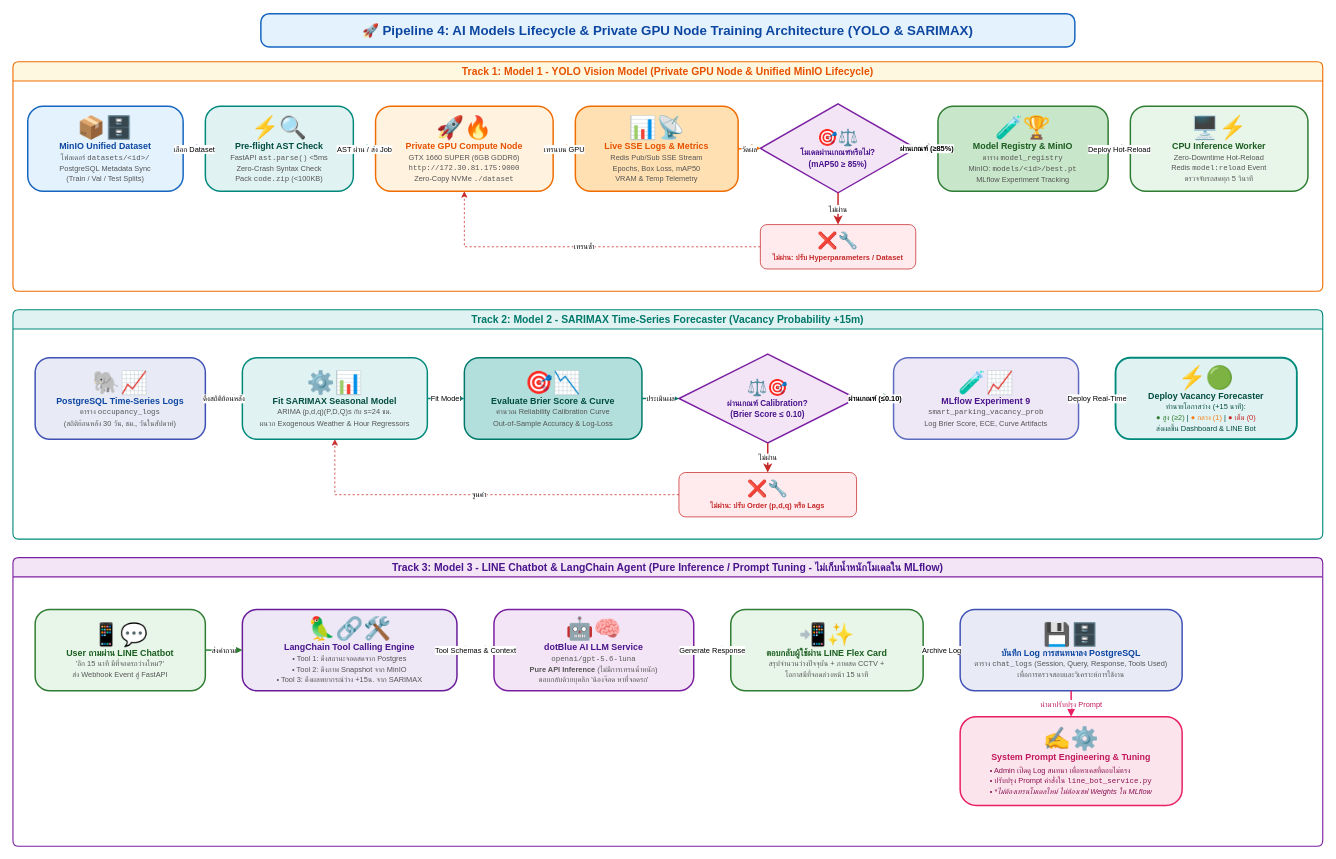
Earlier version of the draw.io diagram page "5. AI Models Training & MLflow Registry" (5 of 7) of diagrams/overviews.drawio (price-of-sungkhanakharin/mini-pro-eco). Source tidied: cells renumbered, new cells numbered last; positions are measured from the earlier drawing's top-left corner, leaving out a move shared by most shapes. Both pictures are drawn from the tidied source at 74%, with x=0, y=0 at pixel (13, 13).
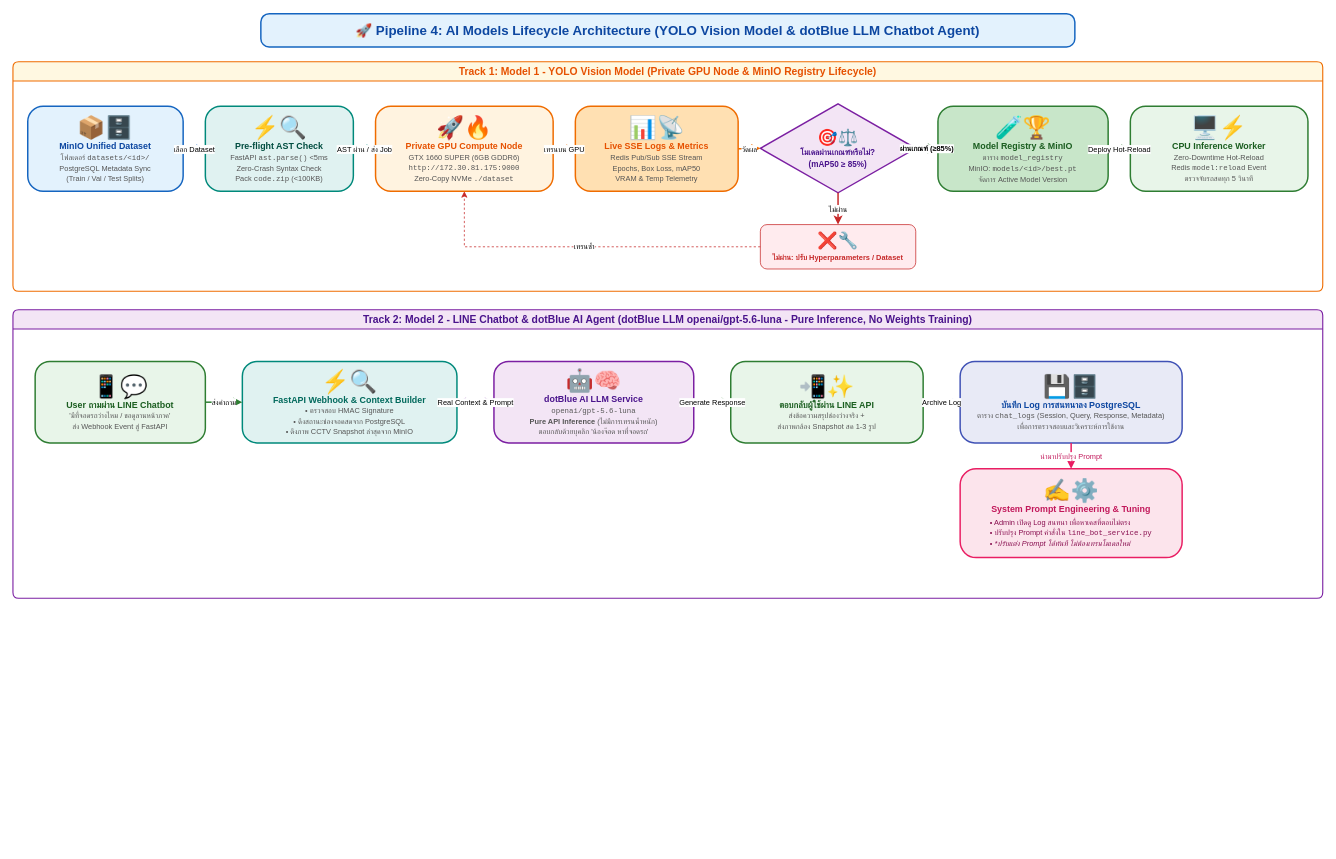
The same page after the edit.

Commit message (it also covers changes not shown here):
docs(diagrams): update overviews.drawio to accurately reflect real architecture (Private GPU node, YOLO, dotBlue AI LLM, Label Studio on-prem)

What changed in the source:
```diff
@@
-    <mxCell id="2" value="&lt;b style='font-size:18px;color:#0D47A1;'&gt;🚀 Pipeline 4: AI Models Lifecycle &amp; Private GPU Node Training Architecture (YOLO &amp; SARIMAX)&lt;/b&gt;" style="rounded=1;whiteSpace=wrap;html=1;fillColor=#E3F2FD;strokeColor=#1565C0;strokeWidth=2;arcSize=25;align=center;" parent="1" vertex="1">
+    <mxCell id="2" value="&lt;b style='font-size:18px;color:#0D47A1;'&gt;🚀 Pipeline 4: AI Models Lifecycle Architecture (YOLO Vision Model &amp; dotBlue LLM Chatbot Agent)&lt;/b&gt;" style="rounded=1;whiteSpace=wrap;html=1;fillColor=#E3F2FD;strokeColor=#1565C0;strokeWidth=2;arcSize=25;align=center;" parent="1" vertex="1">
       <mxGeometry x="335" width="1100" height="45" as="geometry" />
     </mxCell>
-    <mxCell id="3" value="&lt;b style='font-size:14px;color:#E65100;'&gt;Track 1: Model 1 - YOLO Vision Model (Private GPU Node &amp; Unified MinIO Lifecycle)&lt;/b&gt;" style="swimlane;whiteSpace=wrap;html=1;fillColor=#FFF8E1;strokeColor=#EF6C00;strokeWidth=1.5;startSize=26;rounded=1;arcSize=10;" parent="1" vertex="1">
+    <mxCell id="3" value="&lt;b style='font-size:14px;color:#E65100;'&gt;Track 1: Model 1 - YOLO Vision Model (Private GPU Node &amp; MinIO Registry Lifecycle)&lt;/b&gt;" style="swimlane;whiteSpace=wrap;html=1;fillColor=#FFF8E1;strokeColor=#EF6C00;strokeWidth=1.5;startSize=26;rounded=1;arcSize=10;" parent="1" vertex="1">
       <mxGeometry y="65" width="1770" height="310" as="geometry" />
     </mxCell>
@@
-    <mxCell id="10" value="&lt;div style='text-align:center;'&gt;&lt;span style='font-size:30px;'&gt;🧪🏆&lt;/span&gt;&lt;br/&gt;&lt;b style='font-size:12px;color:#1B5E20;'&gt;Model Registry &amp;amp; MinIO&lt;/b&gt;&lt;br/&gt;&lt;span style='font-size:10px;color:#555;'&gt;ตาราง &lt;code&gt;model_registry&lt;/code&gt;&lt;br/&gt;MinIO: &lt;code&gt;models/&amp;lt;id&amp;gt;/best.pt&lt;/code&gt;&lt;br/&gt;MLflow Experiment Tracking&lt;/span&gt;&lt;/div&gt;" style="rounded=1;whiteSpace=wrap;html=1;fillColor=#C8E6C9;strokeColor=#2E7D32;strokeWidth=2;arcSize=18;" parent="1" vertex="1">
+    <mxCell id="10" value="&lt;div style='text-align:center;'&gt;&lt;span style='font-size:30px;'&gt;🧪🏆&lt;/span&gt;&lt;br/&gt;&lt;b style='font-size:12px;color:#1B5E20;'&gt;Model Registry &amp;amp; MinIO&lt;/b&gt;&lt;br/&gt;&lt;span style='font-size:10px;color:#555;'&gt;ตาราง &lt;code&gt;model_registry&lt;/code&gt;&lt;br/&gt;MinIO: &lt;code&gt;models/&amp;lt;id&amp;gt;/best.pt&lt;/code&gt;&lt;br/&gt;จัดการ Active Model Version&lt;/span&gt;&lt;/div&gt;" style="rounded=1;whiteSpace=wrap;html=1;fillColor=#C8E6C9;strokeColor=#2E7D32;strokeWidth=2;arcSize=18;" parent="1" vertex="1">
       <mxGeometry x="1250" y="125" width="230" height="115" as="geometry" />
     </mxCell>
@@
-    <mxCell id="20" value="&lt;b style='font-size:14px;color:#00796B;'&gt;Track 2: Model 2 - SARIMAX Time-Series Forecaster (Vacancy Probability +15m)&lt;/b&gt;" style="swimlane;whiteSpace=wrap;html=1;fillColor=#E0F2F1;strokeColor=#00897B;strokeWidth=1.5;startSize=26;rounded=1;arcSize=10;" parent="1" vertex="1">
-      <mxGeometry y="400" width="1770" height="310" as="geometry" />
+    <mxCell id="20" value="&lt;b style='font-size:14px;color:#4A148C;'&gt;Track 2: Model 2 - LINE Chatbot &amp; dotBlue AI Agent (dotBlue LLM openai/gpt-5.6-luna - Pure Inference, No Weights Training)&lt;/b&gt;" style="swimlane;whiteSpace=wrap;html=1;fillColor=#F3E5F5;strokeColor=#7B1FA2;strokeWidth=1.5;startSize=26;rounded=1;arcSize=10;" parent="1" vertex="1">
+      <mxGeometry y="400" width="1770" height="390" as="geometry" />
     </mxCell>
-    <mxCell id="21" value="&lt;div style='text-align:center;'&gt;&lt;span style='font-size:30px;'&gt;🐘📈&lt;/span&gt;&lt;br/&gt;&lt;b style='font-size:12px;color:#0D47A1;'&gt;PostgreSQL Time-Series Logs&lt;/b&gt;&lt;br/&gt;&lt;span style='font-size:10px;color:#555;'&gt;ตาราง &lt;code&gt;occupancy_logs&lt;/code&gt;&lt;br/&gt;(สถิติย้อนหลัง 30 วัน, ชม., วันในสัปดาห์)&lt;/span&gt;&lt;/div&gt;" style="rounded=1;whiteSpace=wrap;html=1;fillColor=#E8EAF6;strokeColor=#3F51B5;strokeWidth=2;arcSize=18;" parent="1" vertex="1">
-      <mxGeometry x="30" y="465" width="230" height="110" as="geometry" />
-    </mxCell>
-    <mxCell id="22" value="&lt;div style='text-align:center;'&gt;&lt;span style='font-size:30px;'&gt;⚙️📊&lt;/span&gt;&lt;br/&gt;&lt;b style='font-size:12px;color:#004D40;'&gt;Fit SARIMAX Seasonal Model&lt;/b&gt;&lt;br/&gt;&lt;span style='font-size:10px;color:#555;'&gt;ARIMA (p,d,q)(P,D,Q)s กับ s=24 ชม.&lt;br/&gt;ผนวก Exogenous Weather &amp; Hour Regressors&lt;/span&gt;&lt;/div&gt;" style="rounded=1;whiteSpace=wrap;html=1;fillColor=#E0F2F1;strokeColor=#00897B;strokeWidth=2;arcSize=18;" parent="1" vertex="1">
-      <mxGeometry x="310" y="465" width="250" height="110" as="geometry" />
-    </mxCell>
-    <mxCell id="23" value="&lt;div style='text-align:center;'&gt;&lt;span style='font-size:30px;'&gt;🎯📉&lt;/span&gt;&lt;br/&gt;&lt;b style='font-size:12px;color:#004D40;'&gt;Evaluate Brier Score &amp; Curve&lt;/b&gt;&lt;br/&gt;&lt;span style='font-size:10px;color:#555;'&gt;คำนวณ Reliability Calibration Curve&lt;br/&gt;Out-of-Sample Accuracy &amp; Log-Loss&lt;/span&gt;&lt;/div&gt;" style="rounded=1;whiteSpace=wrap;html=1;fillColor=#B2DFDB;strokeColor=#00796B;strokeWidth=2;arcSize=18;" parent="1" vertex="1">
-      <mxGeometry x="610" y="465" width="240" height="110" as="geometry" />
-    </mxCell>
-    <mxCell id="24" value="&lt;div style='text-align:center;'&gt;&lt;span style='font-size:22px;'&gt;⚖️🎯&lt;/span&gt;&lt;br/&gt;&lt;b style='font-size:11px;color:#4A148C;'&gt;ผ่านเกณฑ์ Calibration?&lt;br/&gt;(Brier Score &amp;le; 0.10)&lt;/b&gt;&lt;/div&gt;" style="shape=rhombus;whiteSpace=wrap;html=1;fillColor=#F3E5F5;strokeColor=#7B1FA2;strokeWidth=2;" parent="1" vertex="1">
-      <mxGeometry x="900" y="460" width="240" height="120" as="geometry" />
-    </mxCell>
-    <mxCell id="25" value="&lt;div style='text-align:center;'&gt;&lt;span style='font-size:22px;'&gt;❌🔧&lt;/span&gt;&lt;br/&gt;&lt;b style='font-size:10px;color:#C62828;'&gt;ไม่ผ่าน: ปรับ Order (p,d,q) หรือ Lags&lt;/b&gt;&lt;/div&gt;" style="rounded=1;whiteSpace=wrap;html=1;fillColor=#FFEBEE;strokeColor=#C62828;strokeWidth=1;arcSize=15;" parent="1" vertex="1">
-      <mxGeometry x="900" y="620" width="240" height="60" as="geometry" />
-    </mxCell>
-    <mxCell id="26" value="&lt;div style='text-align:center;'&gt;&lt;span style='font-size:30px;'&gt;🧪📈&lt;/span&gt;&lt;br/&gt;&lt;b style='font-size:12px;color:#4A148C;'&gt;MLflow Experiment 9&lt;/b&gt;&lt;br/&gt;&lt;span style='font-size:10px;color:#555;'&gt;&lt;code&gt;smart_parking_vacancy_prob&lt;/code&gt;&lt;br/&gt;Log Brier Score, ECE, Curve Artifacts&lt;/span&gt;&lt;/div&gt;" style="rounded=1;whiteSpace=wrap;html=1;fillColor=#EDE7F6;strokeColor=#5C6BC0;strokeWidth=2;arcSize=18;" parent="1" vertex="1">
-      <mxGeometry x="1190" y="465" width="250" height="110" as="geometry" />
-    </mxCell>
-    <mxCell id="27" value="&lt;div style='text-align:center;'&gt;&lt;span style='font-size:30px;'&gt;⚡🟢&lt;/span&gt;&lt;br/&gt;&lt;b style='font-size:12px;color:#004D40;'&gt;Deploy Vacancy Forecaster&lt;/b&gt;&lt;br/&gt;&lt;span style='font-size:10px;color:#004D40;line-height:13px;'&gt;ทำนายโอกาสว่าง (+15 นาที):&lt;br/&gt;&lt;span style='color:#2E7D32;'&gt;● สูง (&amp;ge;2)&lt;/span&gt; | &lt;span style='color:#F57F17;'&gt;● กลาง (1)&lt;/span&gt; | &lt;span style='color:#C62828;'&gt;● เต็ม (0)&lt;/span&gt;&lt;br/&gt;ส่งผลขึ้น Dashboard &amp; LINE Bot&lt;/span&gt;&lt;/div&gt;" style="rounded=1;whiteSpace=wrap;html=1;fillColor=#E0F2F1;strokeColor=#00897B;strokeWidth=2.5;arcSize=18;" parent="1" vertex="1">
-      <mxGeometry x="1490" y="465" width="245" height="110" as="geometry" />
-    </mxCell>
-    <mxCell id="28" value="ดึงสถิติย้อนหลัง" style="edgeStyle=orthogonalEdgeStyle;rounded=0;html=1;strokeColor=#3F51B5;strokeWidth=2;endArrow=classic;fontSize=10;labelBackgroundColor=#ffffff;" parent="1" edge="1" source="21" target="22">
-      <mxGeometry relative="1" as="geometry" />
-    </mxCell>
-    <mxCell id="29" value="Fit Model" style="edgeStyle=orthogonalEdgeStyle;rounded=0;html=1;strokeColor=#00897B;strokeWidth=2;endArrow=classic;fontSize=10;labelBackgroundColor=#ffffff;" parent="1" edge="1" source="22" target="23">
-      <mxGeometry relative="1" as="geometry" />
-    </mxCell>
-    <mxCell id="30" value="ประเมินผล" style="edgeStyle=orthogonalEdgeStyle;rounded=0;html=1;strokeColor=#00796B;strokeWidth=2;endArrow=classic;fontSize=10;labelBackgroundColor=#ffffff;" parent="1" edge="1" source="23" target="24">
-      <mxGeometry relative="1" as="geometry" />
-    </mxCell>
-    <mxCell id="31" value="ไม่ผ่าน" style="edgeStyle=orthogonalEdgeStyle;rounded=0;html=1;strokeColor=#C62828;strokeWidth=2;endArrow=classic;fontSize=10;labelBackgroundColor=#ffffff;" parent="1" edge="1" source="24" target="25">
-      <mxGeometry relative="1" as="geometry" />
-    </mxCell>
-    <mxCell id="32" value="จูนค่า" style="edgeStyle=orthogonalEdgeStyle;rounded=0;html=1;strokeColor=#C62828;strokeWidth=1;dashed=1;endArrow=classic;fontSize=10;labelBackgroundColor=#ffffff;" parent="1" edge="1" source="25" target="22">
-      <mxGeometry relative="1" as="geometry">
-        <Array as="points">
-          <mxPoint x="900" y="650" />
-          <mxPoint x="435" y="650" />
-          <mxPoint x="435" y="575" />
-        </Array>
-      </mxGeometry>
-    </mxCell>
-    <mxCell id="33" value="ผ่านเกณฑ์ (&amp;le;0.10)" style="edgeStyle=orthogonalEdgeStyle;rounded=0;html=1;strokeColor=#2E7D32;strokeWidth=2.5;endArrow=classic;fontSize=10;fontStyle=1;labelBackgroundColor=#ffffff;" parent="1" edge="1" source="24" target="26">
-      <mxGeometry relative="1" as="geometry" />
-    </mxCell>
-    <mxCell id="34" value="Deploy Real-Time" style="edgeStyle=orthogonalEdgeStyle;rounded=0;html=1;strokeColor=#00897B;strokeWidth=2;endArrow=classic;fontSize=10;labelBackgroundColor=#ffffff;" parent="1" edge="1" source="26" target="27">
-      <mxGeometry relative="1" as="geometry" />
-    </mxCell>
-    <mxCell id="35" value="&lt;b style='font-size:14px;color:#4A148C;'&gt;Track 3: Model 3 - LINE Chatbot &amp; LangChain Agent (Pure Inference / Prompt Tuning - ไม่เก็บน้ำหนักโมเดลใน MLflow)&lt;/b&gt;" style="swimlane;whiteSpace=wrap;html=1;fillColor=#F3E5F5;strokeColor=#7B1FA2;strokeWidth=1.5;startSize=26;rounded=1;arcSize=10;" parent="1" vertex="1">
-      <mxGeometry y="735" width="1770" height="390" as="geometry" />
-    </mxCell>
-    <mxCell id="36" value="&lt;div style='text-align:center;'&gt;&lt;span style='font-size:30px;'&gt;📱💬&lt;/span&gt;&lt;br/&gt;&lt;b style='font-size:12px;color:#1B5E20;'&gt;User ถามผ่าน LINE Chatbot&lt;/b&gt;&lt;br/&gt;&lt;span style='font-size:10px;color:#555;'&gt;'อีก 15 นาที มีที่จอดรถว่างไหม?'&lt;br/&gt;ส่ง Webhook Event สู่ FastAPI&lt;/span&gt;&lt;/div&gt;" style="rounded=1;whiteSpace=wrap;html=1;fillColor=#E8F5E9;strokeColor=#2E7D32;strokeWidth=2;arcSize=18;" parent="1" vertex="1">
-      <mxGeometry x="30" y="805" width="230" height="110" as="geometry" />
+    <mxCell id="36" value="&lt;div style='text-align:center;'&gt;&lt;span style='font-size:30px;'&gt;📱💬&lt;/span&gt;&lt;br/&gt;&lt;b style='font-size:12px;color:#1B5E20;'&gt;User ถามผ่าน LINE Chatbot&lt;/b&gt;&lt;br/&gt;&lt;span style='font-size:10px;color:#555;'&gt;'มีที่จอดรถว่างไหม / ขอดูลานหน้าภาค'&lt;br/&gt;ส่ง Webhook Event สู่ FastAPI&lt;/span&gt;&lt;/div&gt;" style="rounded=1;whiteSpace=wrap;html=1;fillColor=#E8F5E9;strokeColor=#2E7D32;strokeWidth=2;arcSize=18;" parent="1" vertex="1">
+      <mxGeometry x="30" y="470" width="230" height="110" as="geometry" />
     </mxCell>
-    <mxCell id="37" value="&lt;div style='text-align:center;'&gt;&lt;span style='font-size:30px;'&gt;🦜🔗🛠️&lt;/span&gt;&lt;br/&gt;&lt;b style='font-size:12px;color:#4A148C;'&gt;LangChain Tool Calling Engine&lt;/b&gt;&lt;br/&gt;&lt;span style='font-size:10px;color:#555;'&gt;• Tool 1: ดึงสถานะจอดสดจาก Postgres&lt;br/&gt;• Tool 2: ดึงภาพ Snapshot จาก MinIO&lt;br/&gt;• Tool 3: ดึงผลพยากรณ์ว่าง +15น. จาก SARIMAX&lt;/span&gt;&lt;/div&gt;" style="rounded=1;whiteSpace=wrap;html=1;fillColor=#EDE7F6;strokeColor=#6A1B9A;strokeWidth=2;arcSize=18;" parent="1" vertex="1">
-      <mxGeometry x="310" y="805" width="290" height="110" as="geometry" />
+    <mxCell id="37" value="&lt;div style='text-align:center;'&gt;&lt;span style='font-size:30px;'&gt;⚡🔍&lt;/span&gt;&lt;br/&gt;&lt;b style='font-size:12px;color:#00695C;'&gt;FastAPI Webhook &amp; Context Builder&lt;/b&gt;&lt;br/&gt;&lt;span style='font-size:10px;color:#555;'&gt;• ตรวจสอบ HMAC Signature&lt;br/&gt;• ดึงสถานะช่องจอดสดจาก PostgreSQL&lt;br/&gt;• ดึงภาพ CCTV Snapshot ล่าสุดจาก MinIO&lt;/span&gt;&lt;/div&gt;" style="rounded=1;whiteSpace=wrap;html=1;fillColor=#E0F2F1;strokeColor=#00897B;strokeWidth=2;arcSize=18;" parent="1" vertex="1">
+      <mxGeometry x="310" y="470" width="290" height="110" as="geometry" />
     </mxCell>
     <mxCell id="38" value="&lt;div style='text-align:center;'&gt;&lt;span style='font-size:30px;'&gt;🤖🧠&lt;/span&gt;&lt;br/&gt;&lt;b style='font-size:12px;color:#4A148C;'&gt;dotBlue AI LLM Service&lt;/b&gt;&lt;br/&gt;&lt;span style='font-size:10px;color:#555;'&gt;&lt;code&gt;openai/gpt-5.6-luna&lt;/code&gt;&lt;br/&gt;&lt;b&gt;Pure API Inference&lt;/b&gt; (ไม่มีการเทรนน้ำหนัก)&lt;br/&gt;ตอบกลับด้วยบุคลิก 'น้องจ๊อด หาที่จอดรถ'&lt;/span&gt;&lt;/div&gt;" style="rounded=1;whiteSpace=wrap;html=1;fillColor=#F3E5F5;strokeColor=#7B1FA2;strokeWidth=2;arcSize=18;" parent="1" vertex="1">
-      <mxGeometry x="650" y="805" width="270" height="110" as="geometry" />
+      <mxGeometry x="650" y="470" width="270" height="110" as="geometry" />
     </mxCell>
-    <mxCell id="39" value="&lt;div style='text-align:center;'&gt;&lt;span style='font-size:30px;'&gt;📲✨&lt;/span&gt;&lt;br/&gt;&lt;b style='font-size:12px;color:#1B5E20;'&gt;ตอบกลับผู้ใช้ผ่าน LINE Flex Card&lt;/b&gt;&lt;br/&gt;&lt;span style='font-size:10px;color:#555;'&gt;สรุปจำนวนว่างปัจจุบัน + ภาพสด CCTV +&lt;br/&gt;โอกาสมีที่จอดล่วงหน้า 15 นาที&lt;/span&gt;&lt;/div&gt;" style="rounded=1;whiteSpace=wrap;html=1;fillColor=#E8F5E9;strokeColor=#2E7D32;strokeWidth=2;arcSize=18;" parent="1" vertex="1">
-      <mxGeometry x="970" y="805" width="260" height="110" as="geometry" />
+    <mxCell id="39" value="&lt;div style='text-align:center;'&gt;&lt;span style='font-size:30px;'&gt;📲✨&lt;/span&gt;&lt;br/&gt;&lt;b style='font-size:12px;color:#1B5E20;'&gt;ตอบกลับผู้ใช้ผ่าน LINE API&lt;/b&gt;&lt;br/&gt;&lt;span style='font-size:10px;color:#555;'&gt;ส่งข้อความสรุปช่องว่างจริง +&lt;br/&gt;ส่งภาพกล้อง Snapshot สด 1-3 รูป&lt;/span&gt;&lt;/div&gt;" style="rounded=1;whiteSpace=wrap;html=1;fillColor=#E8F5E9;strokeColor=#2E7D32;strokeWidth=2;arcSize=18;" parent="1" vertex="1">
+      <mxGeometry x="970" y="470" width="260" height="110" as="geometry" />
     </mxCell>
-    <mxCell id="40" value="&lt;div style='text-align:center;'&gt;&lt;span style='font-size:30px;'&gt;💾🗄️&lt;/span&gt;&lt;br/&gt;&lt;b style='font-size:12px;color:#0D47A1;'&gt;บันทึก Log การสนทนาลง PostgreSQL&lt;/b&gt;&lt;br/&gt;&lt;span style='font-size:10px;color:#555;'&gt;ตาราง &lt;code&gt;chat_logs&lt;/code&gt; (Session, Query, Response, Tools Used)&lt;br/&gt;เพื่อการตรวจสอบและวิเคราะห์การใช้งาน&lt;/span&gt;&lt;/div&gt;" style="rounded=1;whiteSpace=wrap;html=1;fillColor=#E8EAF6;strokeColor=#3F51B5;strokeWidth=2;arcSize=18;" parent="1" vertex="1">
-      <mxGeometry x="1280" y="805" width="300" height="110" as="geometry" />
+    <mxCell id="40" value="&lt;div style='text-align:center;'&gt;&lt;span style='font-size:30px;'&gt;💾🗄️&lt;/span&gt;&lt;br/&gt;&lt;b style='font-size:12px;color:#0D47A1;'&gt;บันทึก Log การสนทนาลง PostgreSQL&lt;/b&gt;&lt;br/&gt;&lt;span style='font-size:10px;color:#555;'&gt;ตาราง &lt;code&gt;chat_logs&lt;/code&gt; (Session, Query, Response, Metadata)&lt;br/&gt;เพื่อการตรวจสอบและวิเคราะห์การใช้งาน&lt;/span&gt;&lt;/div&gt;" style="rounded=1;whiteSpace=wrap;html=1;fillColor=#E8EAF6;strokeColor=#3F51B5;strokeWidth=2;arcSize=18;" parent="1" vertex="1">
+      <mxGeometry x="1280" y="470" width="300" height="110" as="geometry" />
     </mxCell>
-    <mxCell id="41" value="&lt;div style='text-align:left;padding:8px;'&gt;&lt;div style='text-align:center;'&gt;&lt;span style='font-size:30px;'&gt;✍️⚙️&lt;/span&gt;&lt;br/&gt;&lt;b style='font-size:12px;color:#C2185B;'&gt;System Prompt Engineering &amp; Tuning&lt;/b&gt;&lt;/div&gt;&lt;div style='font-size:10px;color:#880E4F;margin-top:4px;line-height:14px;'&gt;• Admin เปิดดู Log สนทนา เพื่อหาเคสที่ตอบไม่ตรง&lt;br/&gt;• ปรับปรุง Prompt คำสั่งใน &lt;code&gt;line_bot_service.py&lt;/code&gt;&lt;br/&gt;• &lt;i&gt;*ไม่ต้องเทรนโมเดลใหม่ ไม่ต้องเซฟ Weights ใน MLflow&lt;/i&gt;&lt;/div&gt;&lt;/div&gt;" style="rounded=1;whiteSpace=wrap;html=1;fillColor=#FCE4EC;strokeColor=#E91E63;strokeWidth=2;arcSize=18;" parent="1" vertex="1">
-      <mxGeometry x="1280" y="950" width="300" height="120" as="geometry" />
+    <mxCell id="41" value="&lt;div style='text-align:left;padding:8px;'&gt;&lt;div style='text-align:center;'&gt;&lt;span style='font-size:30px;'&gt;✍️⚙️&lt;/span&gt;&lt;br/&gt;&lt;b style='font-size:12px;color:#C2185B;'&gt;System Prompt Engineering &amp; Tuning&lt;/b&gt;&lt;/div&gt;&lt;div style='font-size:10px;color:#880E4F;margin-top:4px;line-height:14px;'&gt;• Admin เปิดดู Log สนทนา เพื่อหาเคสที่ตอบไม่ตรง&lt;br/&gt;• ปรับปรุง Prompt คำสั่งใน &lt;code&gt;line_bot_service.py&lt;/code&gt;&lt;br/&gt;• &lt;i&gt;*ปรับแต่ง Prompt ได้ทันที ไม่ต้องเทรนโมเดลใหม่&lt;/i&gt;&lt;/div&gt;&lt;/div&gt;" style="rounded=1;whiteSpace=wrap;html=1;fillColor=#FCE4EC;strokeColor=#E91E63;strokeWidth=2;arcSize=18;" parent="1" vertex="1">
+      <mxGeometry x="1280" y="615" width="300" height="120" as="geometry" />
     </mxCell>
@@
-    <mxCell id="43" value="Tool Schemas &amp; Context" style="edgeStyle=orthogonalEdgeStyle;rounded=0;html=1;strokeColor=#6A1B9A;strokeWidth=2;startArrow=classic;endArrow=classic;fontSize=10;labelBackgroundColor=#ffffff;" parent="1" edge="1" source="37" target="38">
+    <mxCell id="43" value="Real Context &amp; Prompt" style="edgeStyle=orthogonalEdgeStyle;rounded=0;html=1;strokeColor=#6A1B9A;strokeWidth=2;startArrow=classic;endArrow=classic;fontSize=10;labelBackgroundColor=#ffffff;" parent="1" edge="1" source="37" target="38">
       <mxGeometry relative="1" as="geometry" />
     </mxCell>
```
